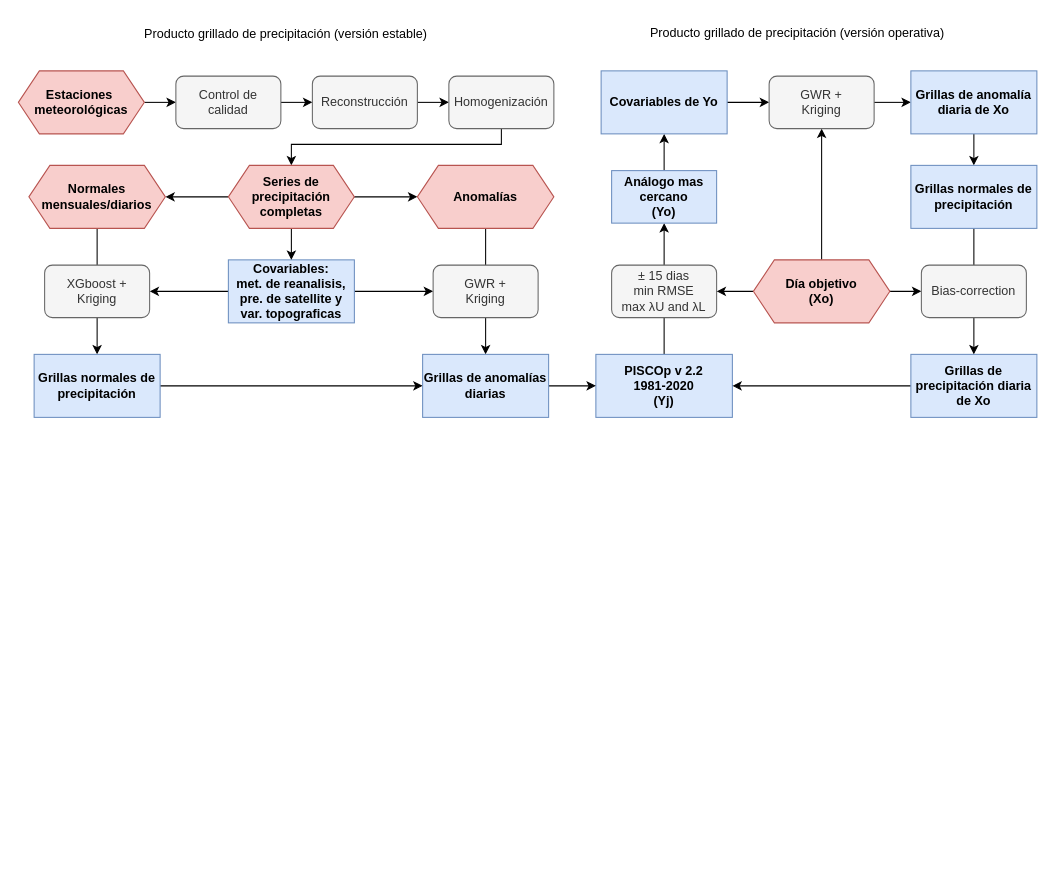
Above: PISCOp_update.drawio in adrHuerta/diagrams (draw.io), before the change. Source tidied: cells renumbered, new cells numbered last; positions are measured from the earlier drawing's top-left corner, leaving out a move shared by most shapes. Both pictures are drawn from the tidied source at 105%, with x=0, y=0 at pixel (18, 18).
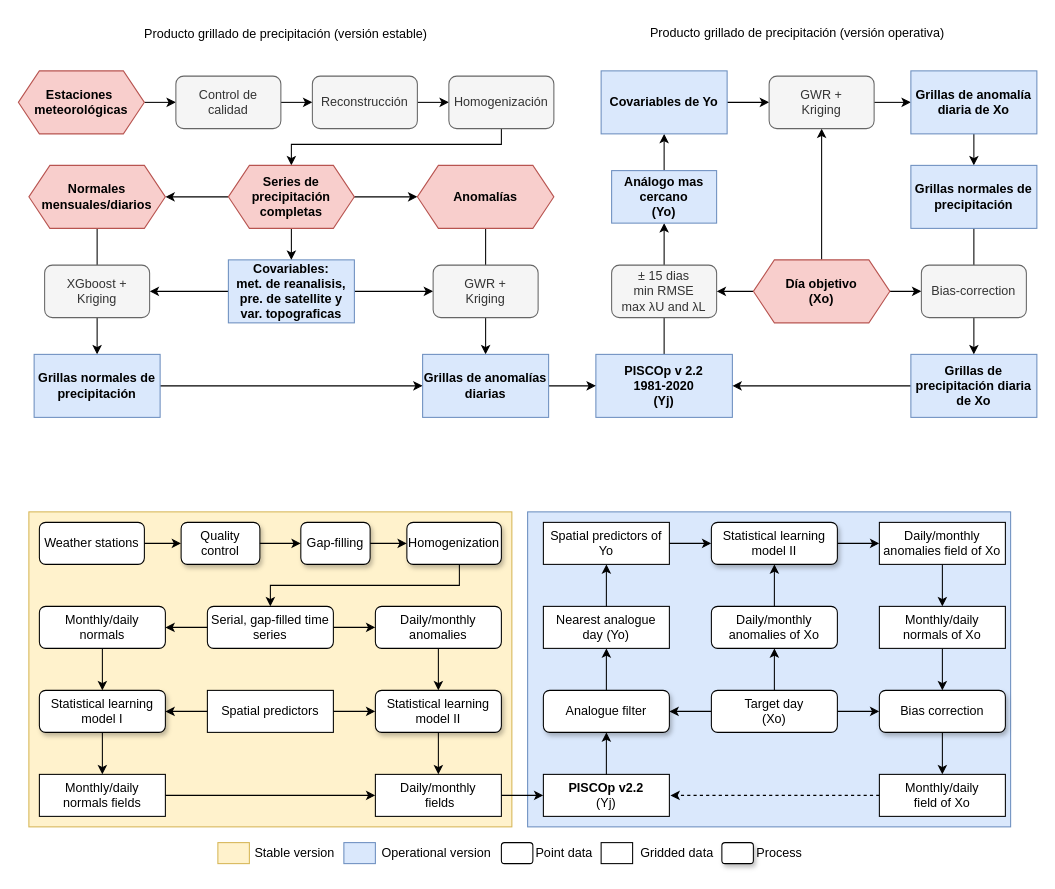
After the change.

What changed in the source:
```diff
@@
+    <mxCell id="49" style="rounded=0;whiteSpace=wrap;html=1;fillColor=#dae8fc;strokeColor=#6c8ebf;strokeWidth=1;" parent="1" vertex="1">
+      <mxGeometry x="485" y="470" width="460" height="300" as="geometry" />
+    </mxCell>
+    <mxCell id="50" style="rounded=0;whiteSpace=wrap;html=1;fillColor=#fff2cc;strokeColor=#d6b656;strokeWidth=1;" parent="1" vertex="1">
+      <mxGeometry x="10" y="470" width="460" height="300" as="geometry" />
+    </mxCell>
+    <mxCell id="51" value="Weather stations" style="rounded=1;whiteSpace=wrap;html=1;strokeWidth=1;" parent="1" vertex="1">
+      <mxGeometry x="20" y="480" width="100" height="40" as="geometry" />
+    </mxCell>
+    <mxCell id="52" value="Quality &lt;br&gt;control" style="rounded=1;whiteSpace=wrap;html=1;glass=0;sketch=0;shadow=1;strokeWidth=1;" parent="1" vertex="1">
+      <mxGeometry x="155" y="480" width="75" height="40" as="geometry" />
+    </mxCell>
+    <mxCell id="53" style="edgeStyle=orthogonalEdgeStyle;rounded=0;jettySize=auto;html=1;strokeWidth=1;" parent="1" edge="1" source="51" target="52">
+      <mxGeometry relative="1" as="geometry" />
+    </mxCell>
+    <mxCell id="54" value="Gap-filling" style="rounded=1;whiteSpace=wrap;html=1;glass=0;sketch=0;shadow=1;strokeWidth=1;" parent="1" vertex="1">
+      <mxGeometry x="269" y="480" width="66" height="40" as="geometry" />
+    </mxCell>
+    <mxCell id="55" style="edgeStyle=orthogonalEdgeStyle;rounded=0;jettySize=auto;html=1;entryX=0;entryY=0.5;entryDx=0;entryDy=0;strokeWidth=1;" parent="1" edge="1" source="52" target="54">
+      <mxGeometry relative="1" as="geometry" />
+    </mxCell>
+    <mxCell id="56" value="Homogenization" style="rounded=1;whiteSpace=wrap;html=1;glass=0;sketch=0;shadow=1;strokeWidth=1;" parent="1" vertex="1">
+      <mxGeometry x="370" y="480" width="90" height="40" as="geometry" />
+    </mxCell>
+    <mxCell id="57" style="edgeStyle=orthogonalEdgeStyle;rounded=0;jettySize=auto;html=1;entryX=0;entryY=0.5;entryDx=0;entryDy=0;strokeWidth=1;" parent="1" edge="1" source="54" target="56">
+      <mxGeometry relative="1" as="geometry" />
+    </mxCell>
+    <mxCell id="58" value="Serial, gap-filled time series" style="rounded=1;whiteSpace=wrap;html=1;strokeWidth=1;" parent="1" vertex="1">
+      <mxGeometry x="180" y="560" width="120" height="40" as="geometry" />
+    </mxCell>
+    <mxCell id="59" style="edgeStyle=orthogonalEdgeStyle;rounded=0;jettySize=auto;html=1;entryX=0.5;entryY=0;entryDx=0;entryDy=0;strokeWidth=1;" parent="1" edge="1" source="56" target="58">
+      <mxGeometry relative="1" as="geometry">
+        <Array as="points">
+          <mxPoint x="420" y="540" />
+          <mxPoint x="240" y="540" />
+        </Array>
+      </mxGeometry>
+    </mxCell>
+    <mxCell id="60" value="Monthly/daily &lt;br&gt;normals" style="rounded=1;whiteSpace=wrap;html=1;strokeWidth=1;" parent="1" vertex="1">
+      <mxGeometry x="20" y="560" width="120" height="40" as="geometry" />
+    </mxCell>
+    <mxCell id="61" style="edgeStyle=orthogonalEdgeStyle;rounded=0;jettySize=auto;html=1;entryX=1;entryY=0.5;entryDx=0;entryDy=0;strokeWidth=1;" parent="1" edge="1" source="58" target="60">
+      <mxGeometry relative="1" as="geometry" />
+    </mxCell>
+    <mxCell id="62" style="edgeStyle=orthogonalEdgeStyle;rounded=0;jettySize=auto;html=1;entryX=0.5;entryY=0;entryDx=0;entryDy=0;strokeWidth=1;targetPerimeterSpacing=1;" parent="1" edge="1" source="63" target="69">
+      <mxGeometry relative="1" as="geometry" />
+    </mxCell>
+    <mxCell id="63" value="Daily/monthly anomalies" style="rounded=1;whiteSpace=wrap;html=1;strokeWidth=1;" parent="1" vertex="1">
+      <mxGeometry x="340" y="560" width="120" height="40" as="geometry" />
+    </mxCell>
+    <mxCell id="64" style="edgeStyle=orthogonalEdgeStyle;rounded=0;jettySize=auto;html=1;entryX=0;entryY=0.5;entryDx=0;entryDy=0;strokeWidth=1;" parent="1" edge="1" source="58" target="63">
+      <mxGeometry relative="1" as="geometry" />
+    </mxCell>
+    <mxCell id="65" value="Spatial predictors" style="rounded=0;whiteSpace=wrap;html=1;strokeWidth=1;" parent="1" vertex="1">
+      <mxGeometry x="180" y="640" width="120" height="40" as="geometry" />
+    </mxCell>
+    <mxCell id="66" value="Statistical learning model I" style="rounded=1;whiteSpace=wrap;html=1;glass=0;sketch=0;shadow=1;strokeWidth=1;" parent="1" vertex="1">
+      <mxGeometry x="20" y="640" width="120" height="40" as="geometry" />
+    </mxCell>
+    <mxCell id="67" style="edgeStyle=orthogonalEdgeStyle;rounded=0;jettySize=auto;html=1;entryX=0.5;entryY=0;entryDx=0;entryDy=0;strokeWidth=1;" parent="1" edge="1" source="60" target="66">
+      <mxGeometry relative="1" as="geometry" />
+    </mxCell>
+    <mxCell id="68" style="edgeStyle=orthogonalEdgeStyle;rounded=0;jettySize=auto;html=1;entryX=1;entryY=0.5;entryDx=0;entryDy=0;strokeWidth=1;" parent="1" edge="1" source="65" target="66">
+      <mxGeometry relative="1" as="geometry" />
+    </mxCell>
+    <mxCell id="69" value="Statistical learning model II" style="rounded=1;whiteSpace=wrap;html=1;glass=0;sketch=0;shadow=1;strokeWidth=1;" parent="1" vertex="1">
+      <mxGeometry x="340" y="640" width="120" height="40" as="geometry" />
+    </mxCell>
+    <mxCell id="70" style="edgeStyle=orthogonalEdgeStyle;rounded=0;jettySize=auto;html=1;entryX=0;entryY=0.5;entryDx=0;entryDy=0;strokeWidth=1;" parent="1" edge="1" source="65" target="69">
+      <mxGeometry relative="1" as="geometry" />
+    </mxCell>
+    <mxCell id="71" value="Monthly/daily&lt;br&gt;normals&amp;nbsp;fields" style="rounded=0;whiteSpace=wrap;html=1;strokeWidth=1;" parent="1" vertex="1">
+      <mxGeometry x="20" y="720" width="120" height="40" as="geometry" />
+    </mxCell>
+    <mxCell id="72" style="edgeStyle=orthogonalEdgeStyle;rounded=0;jettySize=auto;html=1;entryX=0.5;entryY=0;entryDx=0;entryDy=0;strokeWidth=1;" parent="1" edge="1" source="66" target="71">
+      <mxGeometry relative="1" as="geometry" />
+    </mxCell>
+    <mxCell id="73" value="Daily/monthly&lt;br&gt;&amp;nbsp;fields" style="rounded=0;whiteSpace=wrap;html=1;strokeWidth=1;" parent="1" vertex="1">
+      <mxGeometry x="340" y="720" width="120" height="40" as="geometry" />
+    </mxCell>
+    <mxCell id="74" style="edgeStyle=orthogonalEdgeStyle;rounded=0;jettySize=auto;html=1;entryX=0.5;entryY=0;entryDx=0;entryDy=0;strokeWidth=1;" parent="1" edge="1" source="69" target="73">
+      <mxGeometry relative="1" as="geometry" />
+    </mxCell>
+    <mxCell id="75" style="edgeStyle=orthogonalEdgeStyle;rounded=0;jettySize=auto;html=1;entryX=0;entryY=0.5;entryDx=0;entryDy=0;strokeWidth=1;" parent="1" edge="1" source="71" target="73">
+      <mxGeometry relative="1" as="geometry" />
+    </mxCell>
+    <mxCell id="76" value="&lt;b&gt;PISCOp v2.2&lt;br&gt;&lt;/b&gt;(Yj)" style="rounded=0;whiteSpace=wrap;html=1;strokeWidth=1;" parent="1" vertex="1">
+      <mxGeometry x="500" y="720" width="120" height="40" as="geometry" />
+    </mxCell>
+    <mxCell id="77" style="edgeStyle=orthogonalEdgeStyle;rounded=0;jettySize=auto;html=1;entryX=0;entryY=0.5;entryDx=0;entryDy=0;strokeWidth=1;" parent="1" edge="1" source="73" target="76">
+      <mxGeometry relative="1" as="geometry" />
+    </mxCell>
+    <mxCell id="78" value="Analogue filter" style="rounded=1;whiteSpace=wrap;html=1;glass=0;sketch=0;shadow=1;strokeWidth=1;" parent="1" vertex="1">
+      <mxGeometry x="500" y="640" width="120" height="40" as="geometry" />
+    </mxCell>
+    <mxCell id="79" style="edgeStyle=orthogonalEdgeStyle;rounded=0;jettySize=auto;html=1;entryX=0.5;entryY=1;entryDx=0;entryDy=0;strokeWidth=1;" parent="1" edge="1" source="76" target="78">
+      <mxGeometry relative="1" as="geometry" />
+    </mxCell>
+    <mxCell id="80" value="Nearest analogue &lt;br&gt;day (Yo)" style="rounded=0;whiteSpace=wrap;html=1;strokeWidth=1;" parent="1" vertex="1">
+      <mxGeometry x="500" y="560" width="120" height="40" as="geometry" />
+    </mxCell>
+    <mxCell id="81" style="edgeStyle=orthogonalEdgeStyle;rounded=0;jettySize=auto;html=1;strokeWidth=1;" parent="1" edge="1" source="78" target="80">
+      <mxGeometry relative="1" as="geometry" />
+    </mxCell>
+    <mxCell id="82" value="Spatial predictors of Yo" style="rounded=0;whiteSpace=wrap;html=1;strokeWidth=1;" parent="1" vertex="1">
+      <mxGeometry x="500" y="480" width="120" height="40" as="geometry" />
+    </mxCell>
+    <mxCell id="83" style="edgeStyle=orthogonalEdgeStyle;rounded=0;jettySize=auto;html=1;strokeWidth=1;" parent="1" edge="1" source="80" target="82">
+      <mxGeometry relative="1" as="geometry" />
+    </mxCell>
+    <mxCell id="84" style="edgeStyle=orthogonalEdgeStyle;rounded=0;jettySize=auto;html=1;entryX=0;entryY=0.5;entryDx=0;entryDy=0;strokeWidth=1;targetPerimeterSpacing=1;" parent="1" edge="1" source="85" target="100">
+      <mxGeometry relative="1" as="geometry" />
+    </mxCell>
+    <mxCell id="85" value="Statistical learning model II" style="rounded=1;whiteSpace=wrap;html=1;glass=0;sketch=0;shadow=1;strokeWidth=1;" parent="1" vertex="1">
+      <mxGeometry x="660" y="480" width="120" height="40" as="geometry" />
+    </mxCell>
+    <mxCell id="86" style="edgeStyle=orthogonalEdgeStyle;rounded=0;jettySize=auto;html=1;entryX=0;entryY=0.5;entryDx=0;entryDy=0;strokeWidth=1;" parent="1" edge="1" source="82" target="85">
+      <mxGeometry relative="1" as="geometry" />
+    </mxCell>
+    <mxCell id="87" style="edgeStyle=orthogonalEdgeStyle;rounded=0;jettySize=auto;html=1;entryX=0.5;entryY=1;entryDx=0;entryDy=0;strokeWidth=1;targetPerimeterSpacing=1;" parent="1" edge="1" source="88" target="85">
+      <mxGeometry relative="1" as="geometry" />
+    </mxCell>
+    <mxCell id="88" value="Daily/monthly anomalies of Xo" style="rounded=1;whiteSpace=wrap;html=1;strokeWidth=1;" parent="1" vertex="1">
+      <mxGeometry x="660" y="560" width="120" height="40" as="geometry" />
+    </mxCell>
+    <mxCell id="89" style="edgeStyle=orthogonalEdgeStyle;rounded=0;jettySize=auto;html=1;entryX=0.5;entryY=0;entryDx=0;entryDy=0;strokeWidth=1;targetPerimeterSpacing=1;" parent="1" edge="1" source="90" target="91">
+      <mxGeometry relative="1" as="geometry" />
+    </mxCell>
+    <mxCell id="90" value="Monthly/daily&lt;br&gt;normals of Xo" style="rounded=0;whiteSpace=wrap;html=1;strokeWidth=1;" parent="1" vertex="1">
+      <mxGeometry x="820" y="560" width="120" height="40" as="geometry" />
+    </mxCell>
+    <mxCell id="91" value="Bias correction" style="rounded=1;whiteSpace=wrap;html=1;glass=0;sketch=0;shadow=1;strokeWidth=1;" parent="1" vertex="1">
+      <mxGeometry x="820" y="640" width="120" height="40" as="geometry" />
+    </mxCell>
+    <mxCell id="92" style="edgeStyle=orthogonalEdgeStyle;rounded=0;jettySize=auto;html=1;dashed=1;strokeWidth=1;targetPerimeterSpacing=1;" parent="1" edge="1" source="93" target="76">
+      <mxGeometry relative="1" as="geometry" />
+    </mxCell>
+    <mxCell id="93" value="Monthly/daily&lt;br&gt;field of Xo" style="rounded=0;whiteSpace=wrap;html=1;strokeWidth=1;" parent="1" vertex="1">
+      <mxGeometry x="820" y="720" width="120" height="40" as="geometry" />
+    </mxCell>
+    <mxCell id="94" style="edgeStyle=orthogonalEdgeStyle;rounded=0;jettySize=auto;html=1;entryX=0.5;entryY=0;entryDx=0;entryDy=0;strokeWidth=1;" parent="1" edge="1" source="91" target="93">
+      <mxGeometry relative="1" as="geometry" />
+    </mxCell>
+    <mxCell id="95" style="edgeStyle=orthogonalEdgeStyle;rounded=0;jettySize=auto;html=1;entryX=1;entryY=0.5;entryDx=0;entryDy=0;strokeWidth=1;" parent="1" edge="1" source="98" target="78">
+      <mxGeometry relative="1" as="geometry" />
+    </mxCell>
+    <mxCell id="96" style="edgeStyle=orthogonalEdgeStyle;rounded=0;jettySize=auto;html=1;entryX=0;entryY=0.5;entryDx=0;entryDy=0;strokeWidth=1;" parent="1" edge="1" source="98" target="91">
+      <mxGeometry relative="1" as="geometry" />
+    </mxCell>
+    <mxCell id="97" style="edgeStyle=orthogonalEdgeStyle;rounded=0;jettySize=auto;html=1;entryX=0.5;entryY=1;entryDx=0;entryDy=0;strokeWidth=1;targetPerimeterSpacing=1;" parent="1" edge="1" source="98" target="88">
+      <mxGeometry relative="1" as="geometry" />
+    </mxCell>
+    <mxCell id="98" value="Target day&lt;br&gt;(Xo)" style="rounded=1;whiteSpace=wrap;html=1;strokeWidth=1;" parent="1" vertex="1">
+      <mxGeometry x="660" y="640" width="120" height="40" as="geometry" />
+    </mxCell>
+    <mxCell id="99" style="edgeStyle=orthogonalEdgeStyle;rounded=0;jettySize=auto;html=1;entryX=0.5;entryY=0;entryDx=0;entryDy=0;strokeWidth=1;targetPerimeterSpacing=1;" parent="1" edge="1" source="100" target="90">
+      <mxGeometry relative="1" as="geometry" />
+    </mxCell>
+    <mxCell id="100" value="Daily/monthly anomalies field of Xo" style="rounded=0;whiteSpace=wrap;html=1;strokeWidth=1;" parent="1" vertex="1">
+      <mxGeometry x="820" y="480" width="120" height="40" as="geometry" />
+    </mxCell>
+    <mxCell id="101" style="rounded=0;whiteSpace=wrap;html=1;shadow=0;glass=0;sketch=0;fillColor=default;" parent="1" vertex="1">
+      <mxGeometry x="555" y="785" width="30" height="20" as="geometry" />
+    </mxCell>
+    <mxCell id="102" style="rounded=1;whiteSpace=wrap;html=1;shadow=1;glass=0;sketch=0;fillColor=default;" parent="1" vertex="1">
+      <mxGeometry x="670" y="785" width="30" height="20" as="geometry" />
+    </mxCell>
+    <mxCell id="103" style="rounded=1;whiteSpace=wrap;html=1;shadow=0;glass=0;sketch=0;fillColor=default;" parent="1" vertex="1">
+      <mxGeometry x="460" y="785" width="30" height="20" as="geometry" />
+    </mxCell>
+    <mxCell id="104" style="rounded=0;whiteSpace=wrap;html=1;shadow=0;glass=0;sketch=0;fillColor=#fff2cc;strokeColor=#d6b656;" parent="1" vertex="1">
+      <mxGeometry x="190" y="785" width="30" height="20" as="geometry" />
+    </mxCell>
+    <mxCell id="105" style="rounded=0;whiteSpace=wrap;html=1;shadow=0;glass=0;sketch=0;fillColor=#dae8fc;strokeColor=#6c8ebf;" parent="1" vertex="1">
+      <mxGeometry x="310" y="785" width="30" height="20" as="geometry" />
+    </mxCell>
+    <mxCell id="106" value="Stable version&amp;nbsp;" style="text;html=1;strokeColor=none;fillColor=none;align=center;verticalAlign=middle;whiteSpace=wrap;rounded=0;shadow=0;glass=0;sketch=0;strokeWidth=1;" parent="1" vertex="1">
+      <mxGeometry x="220" y="780" width="90" height="30" as="geometry" />
+    </mxCell>
+    <mxCell id="107" value="Operational version&amp;nbsp;" style="text;html=1;strokeColor=none;fillColor=none;align=center;verticalAlign=middle;whiteSpace=wrap;rounded=0;shadow=0;glass=0;sketch=0;strokeWidth=1;" parent="1" vertex="1">
+      <mxGeometry x="340" y="780" width="120" height="30" as="geometry" />
+    </mxCell>
+    <mxCell id="108" value="Point data" style="text;html=1;strokeColor=none;fillColor=none;align=center;verticalAlign=middle;whiteSpace=wrap;rounded=0;shadow=0;glass=0;sketch=0;strokeWidth=1;" parent="1" vertex="1">
+      <mxGeometry x="490" y="780" width="60" height="30" as="geometry" />
+    </mxCell>
+    <mxCell id="109" value="Gridded data" style="text;html=1;strokeColor=none;fillColor=none;align=center;verticalAlign=middle;whiteSpace=wrap;rounded=0;shadow=0;glass=0;sketch=0;strokeWidth=1;" parent="1" vertex="1">
+      <mxGeometry x="590" y="780" width="75" height="30" as="geometry" />
+    </mxCell>
+    <mxCell id="110" value="Process" style="text;html=1;strokeColor=none;fillColor=none;align=center;verticalAlign=middle;whiteSpace=wrap;rounded=0;shadow=0;glass=0;sketch=0;strokeWidth=1;" parent="1" vertex="1">
+      <mxGeometry x="700" y="780" width="50" height="30" as="geometry" />
+    </mxCell>
```
